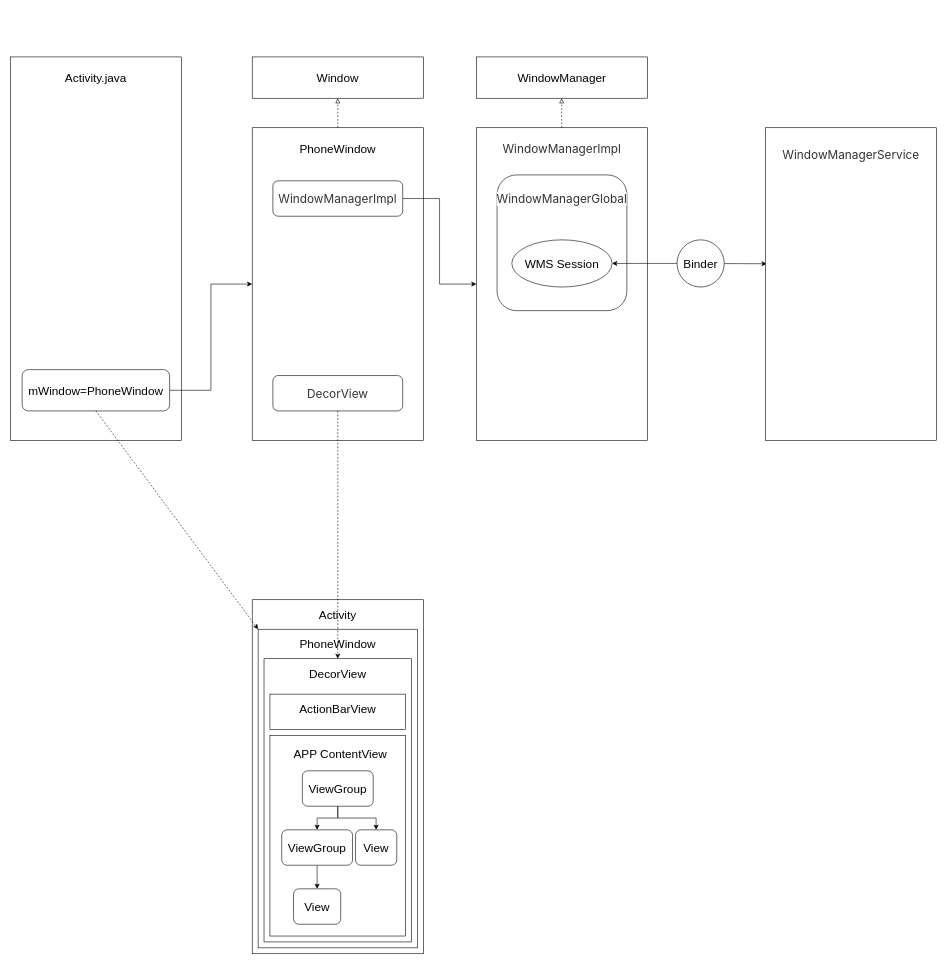
Above: my_wms.drawio in LongerLonge/jormun_drawio_repo (draw.io), before the change. Source tidied: cells renumbered, new cells numbered last; positions are measured from the earlier drawing's top-left corner, leaving out a move shared by most shapes. Both pictures are drawn from the tidied source at 59%, with x=0, y=0 at pixel (10, 57).
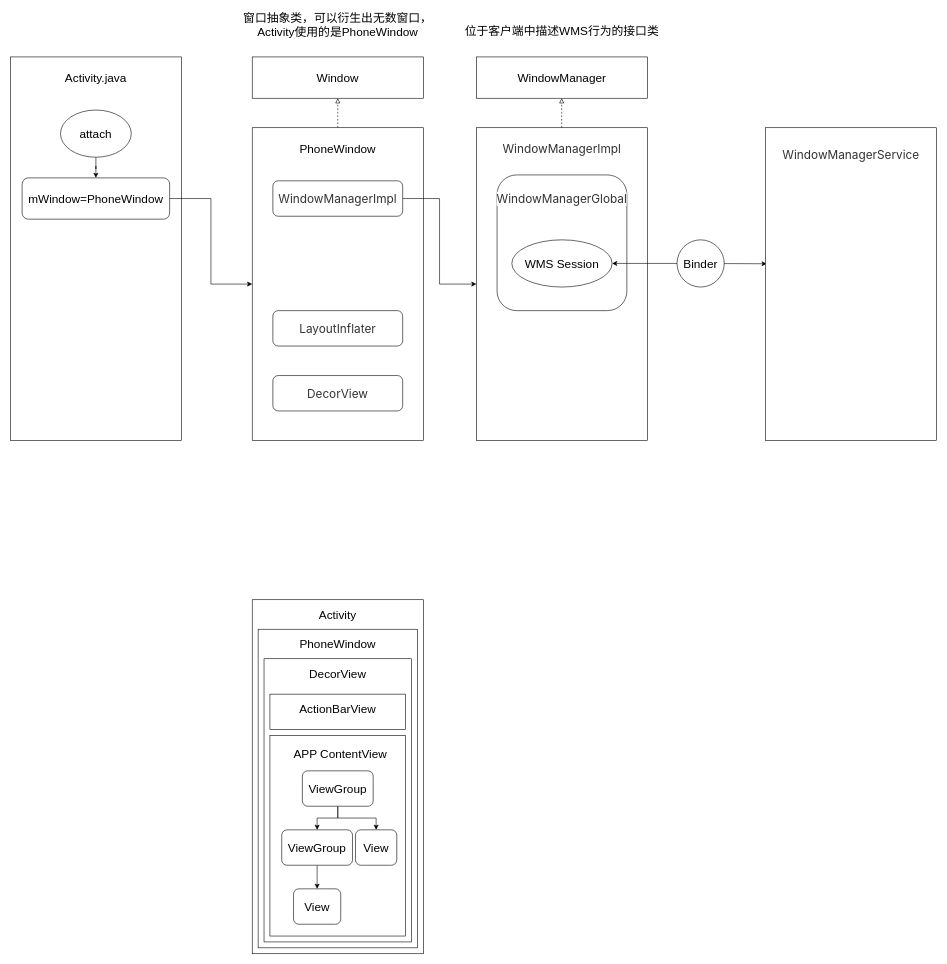
After the change.

The change refers to these unchanged cells:
```xml
<mxCell id="25" style="rounded=0;whiteSpace=wrap;html=1;fontSize=20;" parent="1" vertex="1">
  <mxGeometry x="420" y="970" width="270" height="540" as="geometry" />
</mxCell>
<mxCell id="26" style="rounded=0;whiteSpace=wrap;html=1;fontSize=20;" parent="1" vertex="1">
  <mxGeometry x="430" y="1020" width="250" height="480" as="geometry" />
</mxCell>
<mxCell id="42" value="&lt;span style=&quot;color: rgb(51, 51, 51); font-family: -apple-system, &amp;quot;SF UI Text&amp;quot;, Arial, &amp;quot;PingFang SC&amp;quot;, &amp;quot;Hiragino Sans GB&amp;quot;, &amp;quot;Microsoft YaHei&amp;quot;, &amp;quot;WenQuanYi Micro Hei&amp;quot;, sans-serif, SimHei, SimSun; text-align: left; background-color: rgb(255, 255, 255);&quot;&gt;&lt;font style=&quot;font-size: 20px;&quot;&gt;DecorView&lt;/font&gt;&lt;/span&gt;" style="rounded=1;whiteSpace=wrap;html=1;fontSize=20;" parent="1" vertex="1">
  <mxGeometry x="445" y="540" width="220" height="60" as="geometry" />
</mxCell>
```

The edit, as a diff of the source:
```diff
@@
     <mxCell id="5" value="mWindow=PhoneWindow" style="rounded=1;whiteSpace=wrap;html=1;fontSize=20;" parent="1" vertex="1">
-      <mxGeometry x="20" y="530" width="250" height="70" as="geometry" />
+      <mxGeometry x="20" y="205" width="250" height="70" as="geometry" />
     </mxCell>
@@
-    <mxCell id="41" style="edgeStyle=orthogonalEdgeStyle;rounded=0;jettySize=auto;html=1;entryX=0.5;entryY=0;entryDx=0;entryDy=0;fontSize=20;startArrow=none;startFill=0;endArrow=classic;endFill=1;dashed=1;" parent="1" edge="1" source="42" target="26">
-      <mxGeometry relative="1" as="geometry" />
-    </mxCell>
@@
-    <mxCell id="43" style="endArrow=classic;html=1;rounded=0;fontSize=20;exitX=0.5;exitY=1;exitDx=0;exitDy=0;entryX=0;entryY=0;entryDx=0;entryDy=0;dashed=1;" parent="1" edge="1" source="5" target="25">
-      <mxGeometry relative="1" as="geometry" />
-    </mxCell>
+    <mxCell id="44" value="&lt;span style=&quot;color: rgb(51, 51, 51); font-family: -apple-system, &amp;quot;SF UI Text&amp;quot;, Arial, &amp;quot;PingFang SC&amp;quot;, &amp;quot;Hiragino Sans GB&amp;quot;, &amp;quot;Microsoft YaHei&amp;quot;, &amp;quot;WenQuanYi Micro Hei&amp;quot;, sans-serif, SimHei, SimSun; text-align: left; background-color: rgb(255, 255, 255);&quot;&gt;&lt;font style=&quot;font-size: 20px;&quot;&gt;LayoutInflater&lt;/font&gt;&lt;/span&gt;" style="rounded=1;whiteSpace=wrap;html=1;fontSize=20;" parent="1" vertex="1">
+      <mxGeometry x="445" y="430" width="220" height="60" as="geometry" />
+    </mxCell>
+    <mxCell id="45" value="位于客户端中描述WMS行为的接口类" style="text;html=1;strokeColor=none;fillColor=none;align=center;verticalAlign=middle;whiteSpace=wrap;rounded=0;fontSize=20;" parent="1" vertex="1">
+      <mxGeometry x="760" y="-60" width="350" height="30" as="geometry" />
+    </mxCell>
+    <mxCell id="46" value="窗口抽象类，可以衍生出无数窗口，Activity使用的是PhoneWindow" style="text;html=1;strokeColor=none;fillColor=none;align=center;verticalAlign=middle;whiteSpace=wrap;rounded=0;fontSize=20;" parent="1" vertex="1">
+      <mxGeometry x="380" y="-70" width="350" height="30" as="geometry" />
+    </mxCell>
+    <mxCell id="47" style="edgeStyle=orthogonalEdgeStyle;rounded=0;jettySize=auto;html=1;entryX=0.5;entryY=0;entryDx=0;entryDy=0;fontSize=20;startArrow=none;startFill=0;endArrow=classic;endFill=1;" parent="1" edge="1" source="48" target="5">
+      <mxGeometry relative="1" as="geometry" />
+    </mxCell>
+    <mxCell id="48" value="attach" style="ellipse;whiteSpace=wrap;html=1;fontSize=20;" parent="1" vertex="1">
+      <mxGeometry x="85" y="90" width="120" height="80" as="geometry" />
+    </mxCell>
```
